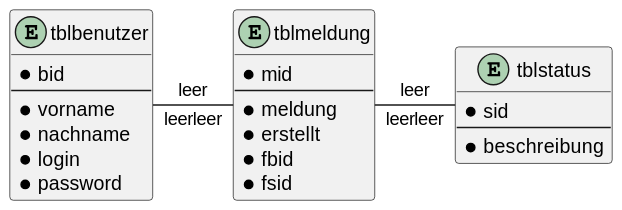
This is out/ASP/erd_winter_2023/name Aufgabe4_1_Benutzer.svg from Martin1088/Plantuml-With-Screenreader, a PlantUML export, as it was before one commit.
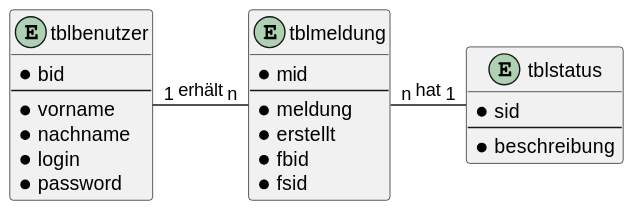
The same file after the commit.

Diff of the diagram source:
```diff
@@ -20,6 +20,6 @@
     --
     * beschreibung
 }
-tblbenutzer "leer" - "leer" tblmeldung: leer
-tblmeldung "leer" - "leer" tblstatus: leer
+tblbenutzer "1" - "n" tblmeldung: erhält
+tblmeldung "n" - "1" tblstatus: hat
 @enduml
```
